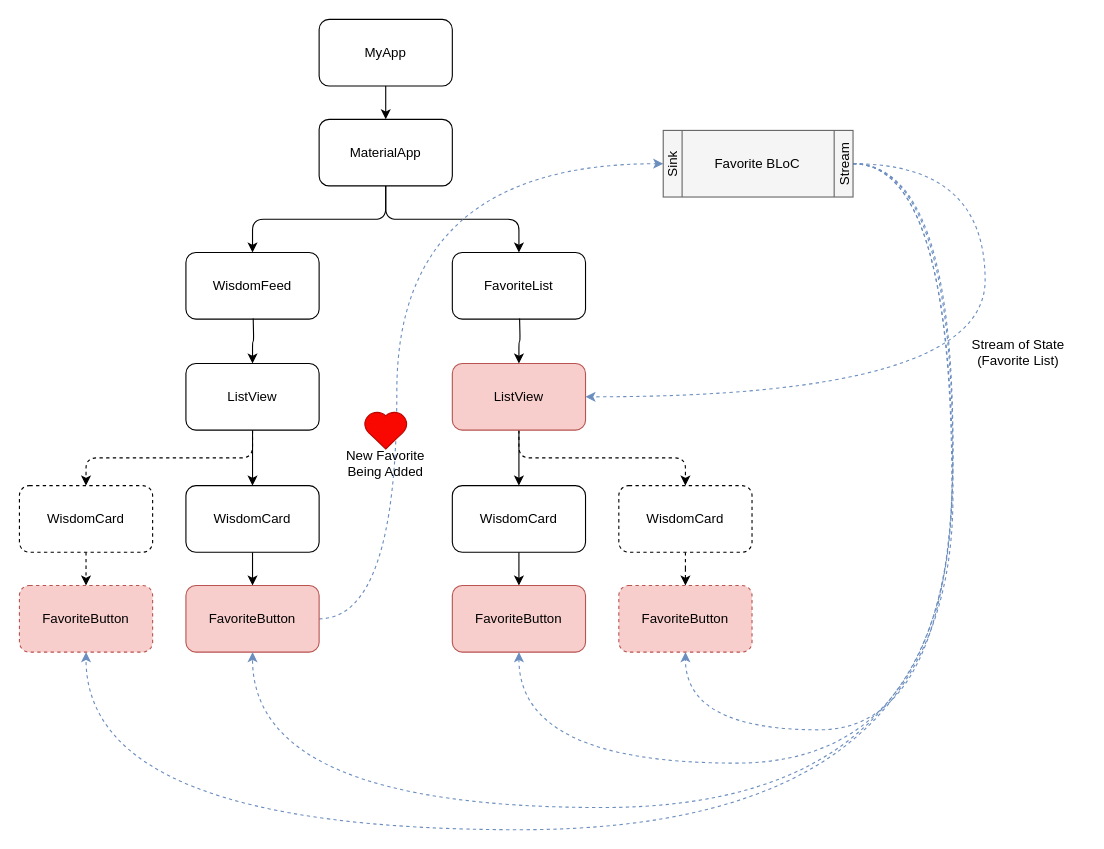
The draw.io diagram diagrams/wisgen-pagetree-bloc.drawio in devonfw-forge/devon4flutter-non-bloc-arch, before the edit. Source tidied: cells renumbered, new cells numbered last; positions are measured from the earlier drawing's top-left corner, leaving out a move shared by most shapes. Both pictures are drawn from the tidied source at 111%, with x=0, y=0 at pixel (19, 19).
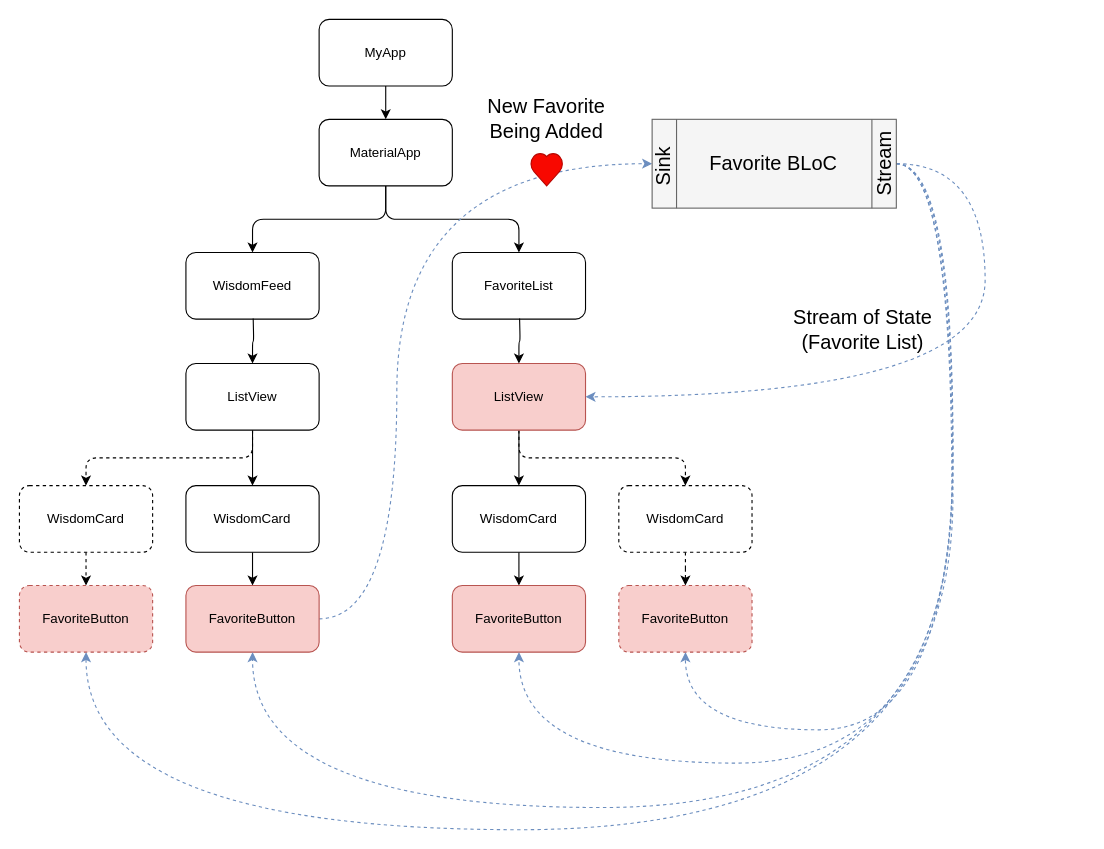
The same diagram, later.

The edit, as a diff of the source:
```diff
@@
     <mxCell id="30" style="shape=mxgraph.signs.healthcare.heart_1;html=1;fillColor=#F80800;strokeColor=#B80600;verticalLabelPosition=bottom;verticalAlign=top;align=center;gradientColor=none;" parent="1" vertex="1">
-      <mxGeometry x="310" y="353" width="40" height="34" as="geometry" />
+      <mxGeometry x="460" y="120" width="30" height="30" as="geometry" />
     </mxCell>
@@
     <mxCell id="36" style="shape=process;whiteSpace=wrap;html=1;backgroundOutline=1;fillColor=#f5f5f5;strokeColor=#666666;fontColor=#333333;" parent="1" vertex="1">
-      <mxGeometry x="580" y="100" width="171" height="60" as="geometry" />
+      <mxGeometry x="570" y="90" width="220" height="80" as="geometry" />
     </mxCell>
-    <mxCell id="37" value="Favorite BLoC" style="text;html=1;strokeColor=none;fillColor=none;align=center;verticalAlign=middle;whiteSpace=wrap;rounded=0;" parent="1" vertex="1">
-      <mxGeometry x="619" y="120" width="92" height="20" as="geometry" />
+    <mxCell id="37" value="Favorite BLoC" style="text;html=1;strokeColor=none;fillColor=none;align=center;verticalAlign=middle;whiteSpace=wrap;rounded=0;fontSize=18;" parent="1" vertex="1">
+      <mxGeometry x="619" y="120" width="121" height="20" as="geometry" />
     </mxCell>
-    <mxCell id="38" value="Sink" style="text;html=1;strokeColor=none;fillColor=none;align=center;verticalAlign=middle;whiteSpace=wrap;rounded=0;rotation=-90;" parent="1" vertex="1">
-      <mxGeometry x="568" y="123" width="40" height="15" as="geometry" />
+    <mxCell id="38" value="Sink" style="text;html=1;strokeColor=none;fillColor=none;align=center;verticalAlign=middle;whiteSpace=wrap;rounded=0;rotation=-90;fontSize=18;" parent="1" vertex="1">
+      <mxGeometry x="560" y="125" width="40" height="15" as="geometry" />
     </mxCell>
-    <mxCell id="39" value="Stream" style="text;html=1;strokeColor=none;fillColor=none;align=center;verticalAlign=middle;whiteSpace=wrap;rounded=0;rotation=-90;" parent="1" vertex="1">
-      <mxGeometry x="723" y="123" width="40" height="15" as="geometry" />
+    <mxCell id="39" value="Stream" style="text;html=1;strokeColor=none;fillColor=none;align=center;verticalAlign=middle;whiteSpace=wrap;rounded=0;rotation=-90;fontSize=18;" parent="1" vertex="1">
+      <mxGeometry x="760" y="122.5" width="40" height="15" as="geometry" />
     </mxCell>
-    <mxCell id="40" value="Stream of State (Favorite List)" style="text;html=1;strokeColor=none;fillColor=none;align=center;verticalAlign=middle;whiteSpace=wrap;rounded=0;" parent="1" vertex="1">
-      <mxGeometry x="840" y="290" width="120" height="20" as="geometry" />
+    <mxCell id="40" value="Stream of State (Favorite List)" style="text;html=1;strokeColor=none;fillColor=none;align=center;verticalAlign=middle;whiteSpace=wrap;rounded=0;fontSize=18;" parent="1" vertex="1">
+      <mxGeometry x="690" y="270" width="140" height="20" as="geometry" />
     </mxCell>
-    <mxCell id="41" value="New Favorite Being Added" style="text;html=1;strokeColor=none;fillColor=none;align=center;verticalAlign=middle;whiteSpace=wrap;rounded=0;" parent="1" vertex="1">
-      <mxGeometry x="290" y="390" width="80" height="20" as="geometry" />
+    <mxCell id="41" value="New Favorite Being Added" style="text;html=1;strokeColor=none;fillColor=none;align=center;verticalAlign=middle;whiteSpace=wrap;rounded=0;fontSize=18;" parent="1" vertex="1">
+      <mxGeometry x="418" y="80" width="114" height="20" as="geometry" />
     </mxCell>
```
